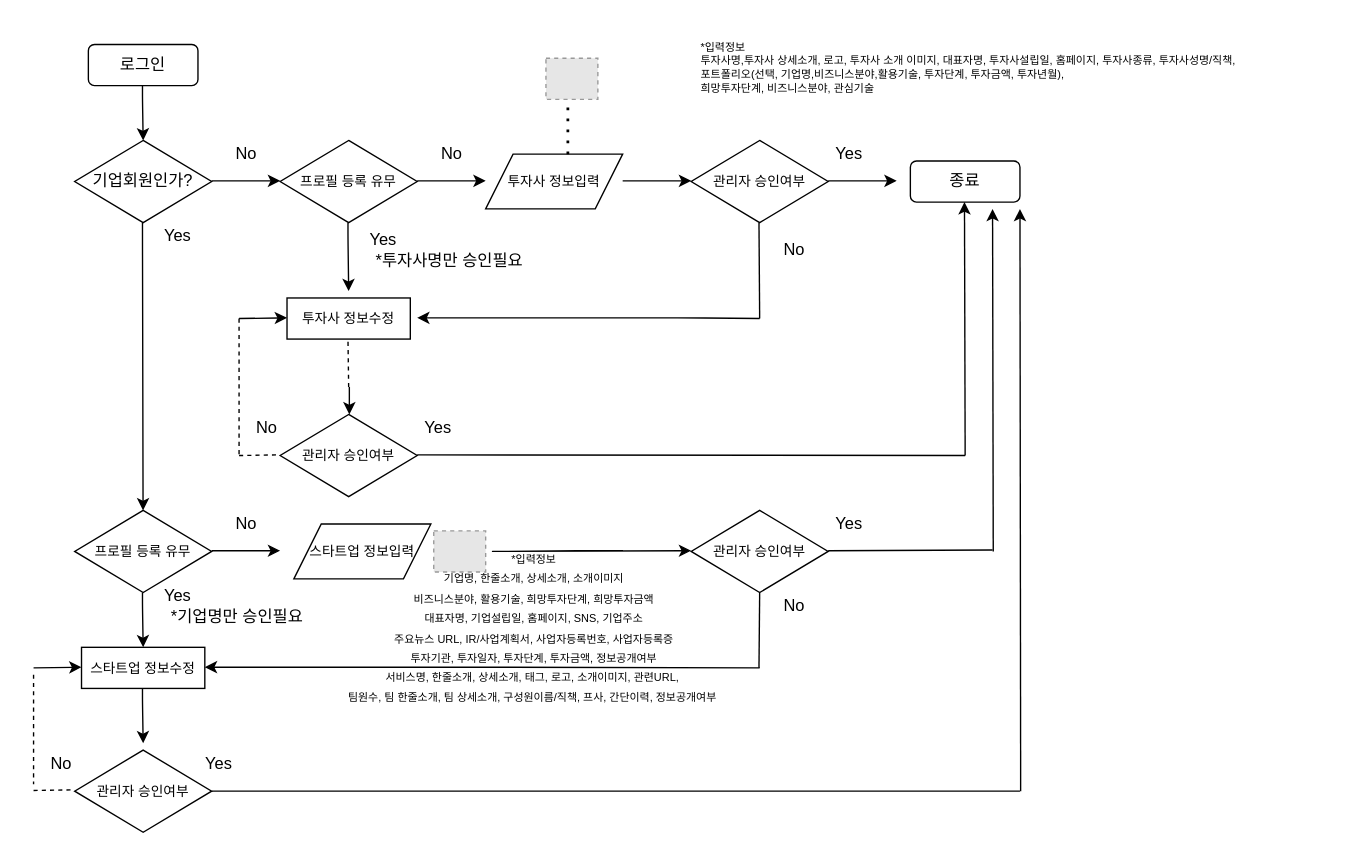
Before: 비즈니스나우 프로필.drawio in Lucidhomme/TIL, a draw.io diagram. Source tidied: cells renumbered, new cells numbered last; positions are measured from the earlier drawing's top-left corner, leaving out a move shared by most shapes. Both pictures are drawn from the tidied source at 137%, with x=0, y=0 at pixel (33, 23). Pictures stored in the file or linked from it are replaced by grey dashed boxes.
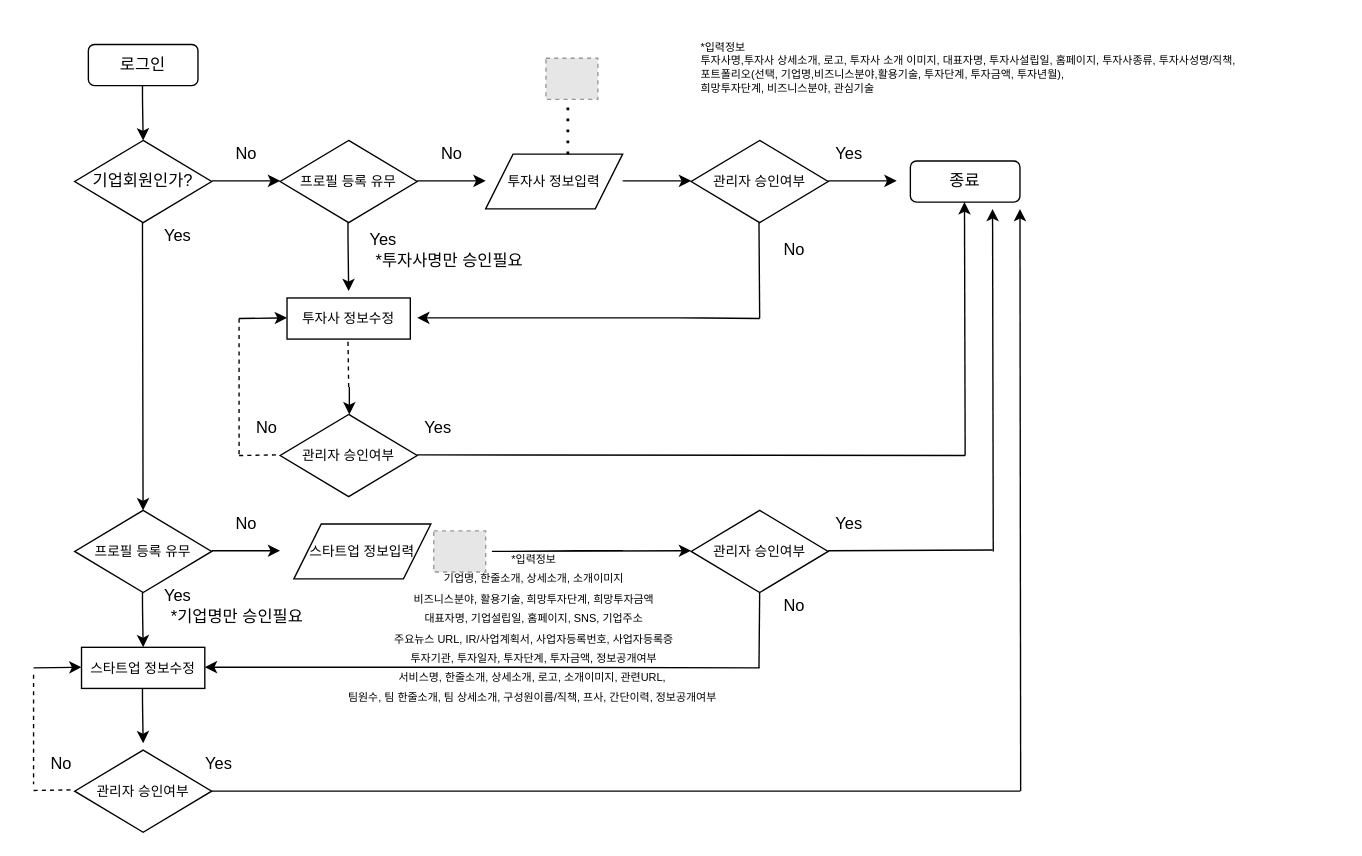
After the change.

Commit message (it also covers changes not shown here):
Update 비즈니스나우 프로필.drawio

Change to the diagram source:
```diff
@@
-    <mxCell id="53" value="&lt;font style=&quot;font-size: 8px&quot;&gt;*입력정보&lt;br&gt;기업명, 한줄소개, 상세소개, 소개이미지&lt;br&gt;비즈니스분야, 활용기술, 희망투자단계, 희망투자금액&lt;br&gt;대표자명, 기업설립일, 홈페이지, SNS, 기업주소&lt;br&gt;주요뉴스 URL, IR/사업계획서, 사업자등록번호, 사업자등록증&lt;br&gt;투자기관, 투자일자, 투자단계, 투자금액, 정보공개여부&lt;br&gt;서비스명, 한줄소개, 상세소개, 태그, 로고, 소개이미지, 관련URL,&amp;nbsp;&lt;br&gt;팀원수, 팀 한줄소개, 팀 상세소개, 구성원이름/직책, 프사, 간단이력, 정보공개여부&amp;nbsp;&lt;br&gt;&lt;/font&gt;" style="text;html=1;align=center;verticalAlign=middle;fillColor=none;strokeColor=none;rounded=0;" parent="1" vertex="1">
+    <mxCell id="53" value="&lt;font style=&quot;font-size: 8px&quot;&gt;*입력정보&lt;br&gt;기업명, 한줄소개, 상세소개, 소개이미지&lt;br&gt;비즈니스분야, 활용기술, 희망투자단계, 희망투자금액&lt;br&gt;대표자명, 기업설립일, 홈페이지, SNS, 기업주소&lt;br&gt;주요뉴스 URL, IR/사업계획서, 사업자등록번호, 사업자등록증&lt;br&gt;투자기관, 투자일자, 투자단계, 투자금액, 정보공개여부&lt;br&gt;서비스명, 한줄소개, 상세소개, 로고, 소개이미지, 관련URL,&amp;nbsp;&lt;br&gt;팀원수, 팀 한줄소개, 팀 상세소개, 구성원이름/직책, 프사, 간단이력, 정보공개여부&amp;nbsp;&lt;br&gt;&lt;/font&gt;" style="text;html=1;align=center;verticalAlign=middle;fillColor=none;strokeColor=none;rounded=0;" parent="1" vertex="1">
       <mxGeometry x="175" y="375" width="380" height="130" as="geometry" />
     </mxCell>
```
